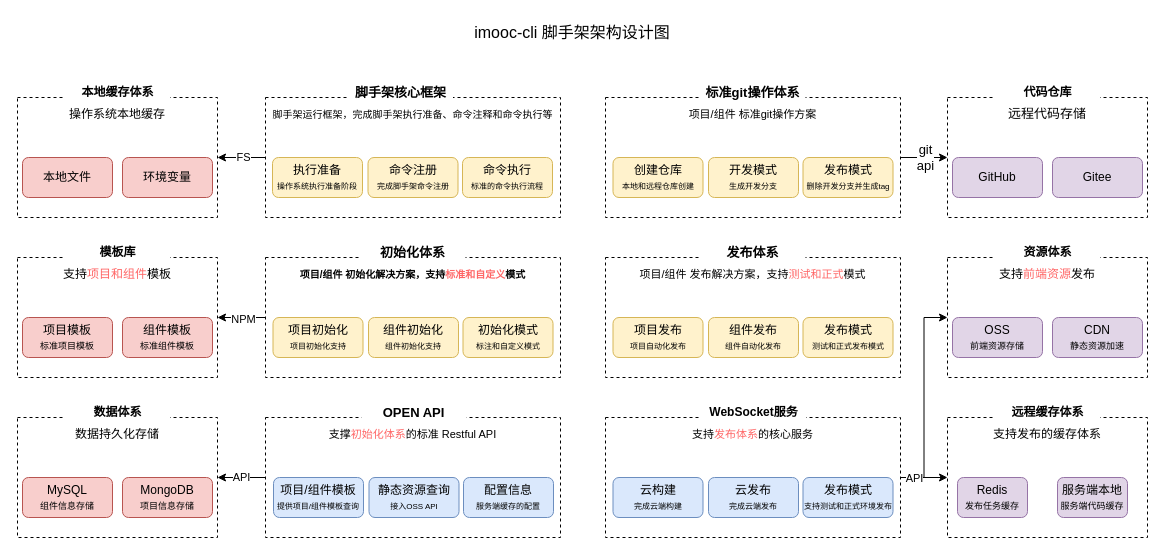
Earlier version of the draw.io diagram imooc/fe-architect/imooc-cli脚手架架构设计图.drawio (djzhao627/draw.io). Source tidied: cells renumbered, new cells numbered last; positions are measured from the earlier drawing's top-left corner, leaving out a move shared by most shapes. Both pictures are drawn from the tidied source at 100%, with x=0, y=0 at pixel (17, 17).
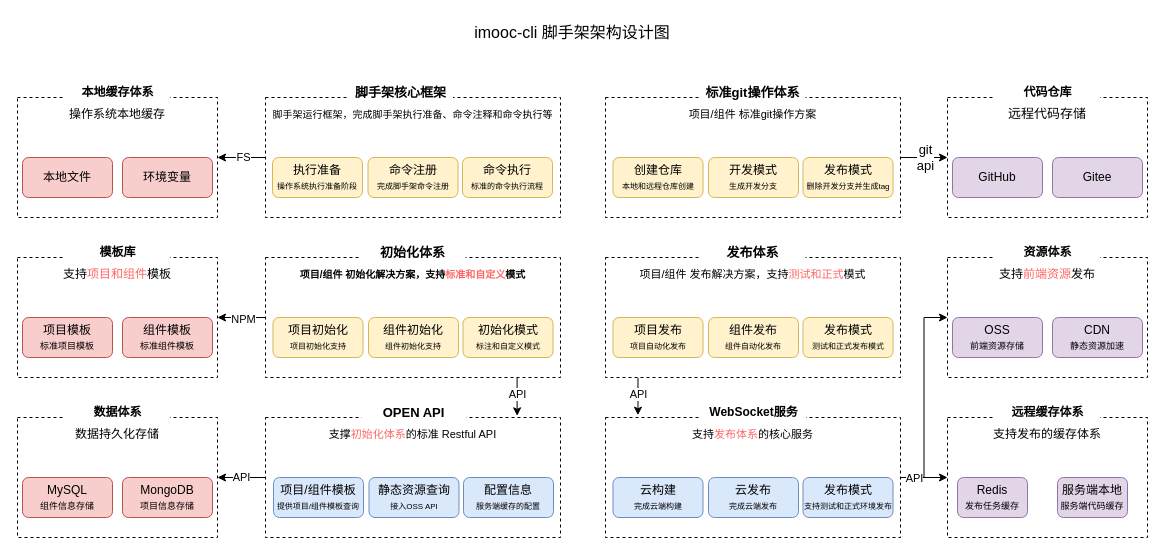
The same diagram, later.

Commit message (it also covers changes not shown here):
更新imooc-cli脚手架架构设计图.drawio

The change refers to these unchanged cells:
```xml
<mxCell id="11" value="&lt;font style=&quot;font-size: 10px;&quot;&gt;项目/组件 初始化解决方案，支持&lt;font color=&quot;#ff6666&quot;&gt;标准和自定义&lt;/font&gt;模式&lt;/font&gt;" style="rounded=0;whiteSpace=wrap;html=1;verticalAlign=top;fontSize=15;fontStyle=1;dashed=1;" parent="1" vertex="1">
  <mxGeometry x="248" y="240" width="295" height="120" as="geometry" />
</mxCell>
<mxCell id="12" value="&lt;span style=&quot;font-weight: normal;&quot;&gt;&lt;font style=&quot;font-size: 11px;&quot;&gt;项目/组件 发布解决方案，支持&lt;font color=&quot;#ff6666&quot;&gt;测试和正式&lt;/font&gt;模式&lt;/font&gt;&lt;/span&gt;" style="rounded=0;whiteSpace=wrap;html=1;verticalAlign=top;fontSize=15;fontStyle=1;dashed=1;" parent="1" vertex="1">
  <mxGeometry x="588" y="240" width="295" height="120" as="geometry" />
</mxCell>
<mxCell id="14" value="&lt;span style=&quot;font-weight: normal;&quot;&gt;&lt;font style=&quot;font-size: 11px;&quot;&gt;支撑&lt;font color=&quot;#ff6666&quot;&gt;初始化体系&lt;/font&gt;的标准 Restful API&lt;/font&gt;&lt;/span&gt;" style="rounded=0;whiteSpace=wrap;html=1;verticalAlign=top;fontSize=15;fontStyle=1;dashed=1;" parent="1" vertex="1">
  <mxGeometry x="248" y="400" width="295" height="120" as="geometry" />
</mxCell>
<mxCell id="18" value="&lt;span style=&quot;font-weight: normal; font-size: 11px;&quot;&gt;支持&lt;font style=&quot;font-size: 11px;&quot; color=&quot;#ff6666&quot;&gt;发布体系&lt;/font&gt;的核心服务&lt;/span&gt;" style="rounded=0;whiteSpace=wrap;html=1;verticalAlign=top;fontSize=15;fontStyle=1;dashed=1;" parent="1" vertex="1">
  <mxGeometry x="588" y="400" width="295" height="120" as="geometry" />
</mxCell>
```

The edit, as a diff of the source:
```diff
@@
+    <mxCell id="67" style="edgeStyle=orthogonalEdgeStyle;rounded=0;jettySize=auto;html=1;entryX=0.853;entryY=-0.014;entryDx=0;entryDy=0;entryPerimeter=0;" parent="1" edge="1" source="11" target="14">
+      <mxGeometry relative="1" as="geometry">
+        <Array as="points">
+          <mxPoint x="500" y="380" />
+        </Array>
+      </mxGeometry>
+    </mxCell>
+    <mxCell id="68" value="API" style="edgeLabel;html=1;align=center;verticalAlign=middle;" parent="67" vertex="1">
+      <mxGeometry x="-0.15" relative="1" as="geometry" />
+    </mxCell>
@@
+    <mxCell id="69" style="edgeStyle=orthogonalEdgeStyle;rounded=0;jettySize=auto;html=1;entryX=0.11;entryY=-0.019;entryDx=0;entryDy=0;entryPerimeter=0;" parent="1" edge="1" source="12" target="18">
+      <mxGeometry relative="1" as="geometry">
+        <Array as="points">
+          <mxPoint x="620" y="380" />
+        </Array>
+      </mxGeometry>
+    </mxCell>
+    <mxCell id="70" value="API" style="edgeLabel;html=1;align=center;verticalAlign=middle;" parent="69" vertex="1">
+      <mxGeometry x="-0.13" relative="1" as="geometry" />
+    </mxCell>
```
